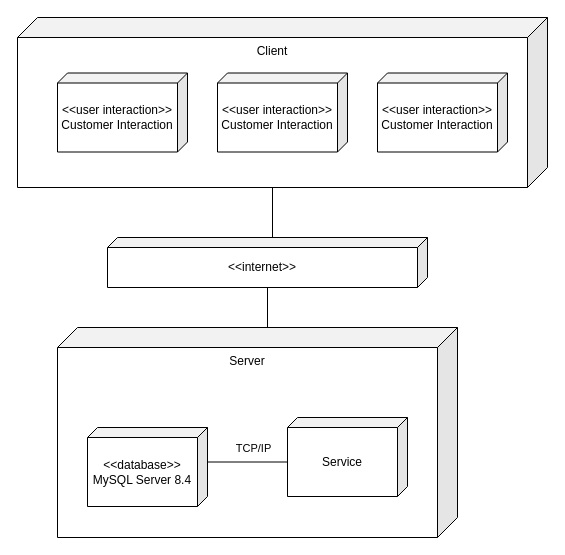
Before: page "Deployment Diagram" (7 of 7) of SWD392_Gr4_Diagrams.drawio in DuyDuc94/Draw-IO-Storage, a draw.io diagram. Source tidied: cells renumbered, new cells numbered last; positions are measured from the earlier drawing's top-left corner, leaving out a move shared by most shapes. Both pictures are drawn from the tidied source at 100%, with x=0, y=0 at pixel (17, 17).
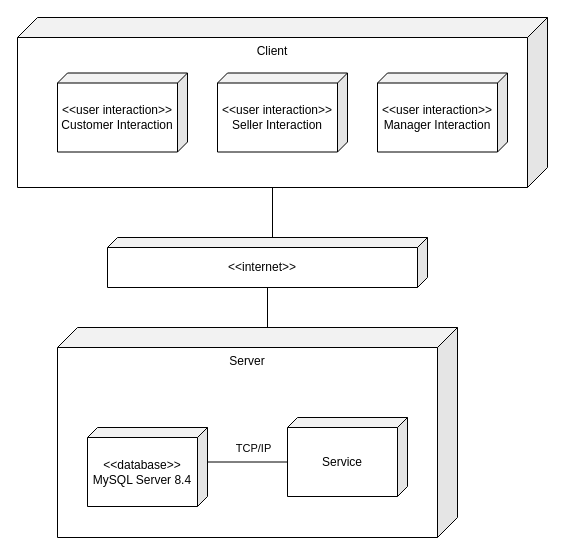
After the change.

Change to the diagram source:
```diff
@@
 <mxGraphModel>
   <root>
     <mxCell id="0" />
     <mxCell id="1" parent="0" />
     <mxCell id="2" value="Server" style="shape=cube;whiteSpace=wrap;html=1;boundedLbl=1;backgroundOutline=1;darkOpacity=0.05;darkOpacity2=0.1;direction=east;flipH=1;verticalAlign=top;" parent="1" vertex="1">
       <mxGeometry x="40" y="310" width="400" height="210" as="geometry" />
     </mxCell>
     <mxCell id="3" value="Service" style="shape=cube;whiteSpace=wrap;html=1;boundedLbl=1;backgroundOutline=1;darkOpacity=0.05;darkOpacity2=0.1;flipH=1;size=10;" parent="1" vertex="1">
       <mxGeometry x="270" y="400" width="120" height="79" as="geometry" />
     </mxCell>
     <mxCell id="4" value="&lt;div&gt;&amp;lt;&amp;lt;database&amp;gt;&amp;gt;&lt;/div&gt;MySQL Server 8.4" style="shape=cube;whiteSpace=wrap;html=1;boundedLbl=1;backgroundOutline=1;darkOpacity=0.05;darkOpacity2=0.1;flipH=1;size=10;" parent="1" vertex="1">
       <mxGeometry x="70" y="410" width="120" height="79" as="geometry" />
     </mxCell>
     <mxCell id="5" style="endArrow=none;html=1;rounded=0;entryX=0;entryY=0;entryDx=120;entryDy=44.5;entryPerimeter=0;exitX=0;exitY=0;exitDx=0;exitDy=34.5;exitPerimeter=0;" parent="1" edge="1" source="4" target="3">
       <mxGeometry relative="1" as="geometry" />
     </mxCell>
     <mxCell id="6" value="TCP/IP" style="edgeLabel;html=1;align=center;verticalAlign=middle;" parent="5" vertex="1">
       <mxGeometry x="-0.24" y="3" relative="1" as="geometry">
         <mxPoint x="15" y="-11" as="offset" />
       </mxGeometry>
     </mxCell>
     <mxCell id="7" value="&amp;lt;&amp;lt;internet&amp;gt;&amp;gt;" style="shape=cube;whiteSpace=wrap;html=1;boundedLbl=1;backgroundOutline=1;darkOpacity=0.05;darkOpacity2=0.1;flipH=1;size=10;" parent="1" vertex="1">
       <mxGeometry x="90" y="220" width="320" height="50" as="geometry" />
     </mxCell>
     <mxCell id="8" value="Client" style="shape=cube;whiteSpace=wrap;html=1;boundedLbl=1;backgroundOutline=1;darkOpacity=0.05;darkOpacity2=0.1;direction=east;flipH=1;verticalAlign=top;" parent="1" vertex="1">
       <mxGeometry width="530" height="170" as="geometry" />
     </mxCell>
     <mxCell id="9" value="&amp;lt;&amp;lt;user interaction&amp;gt;&amp;gt;&lt;div&gt;&lt;/div&gt;&lt;div&gt;Customer Interaction&lt;/div&gt;" style="shape=cube;whiteSpace=wrap;html=1;boundedLbl=1;backgroundOutline=1;darkOpacity=0.05;darkOpacity2=0.1;flipH=1;size=10;" parent="1" vertex="1">
       <mxGeometry x="40" y="55.5" width="130" height="79" as="geometry" />
     </mxCell>
-    <mxCell id="10" value="&amp;lt;&amp;lt;user interaction&amp;gt;&amp;gt;&lt;div&gt;&lt;/div&gt;&lt;div&gt;Customer Interaction&lt;/div&gt;" style="shape=cube;whiteSpace=wrap;html=1;boundedLbl=1;backgroundOutline=1;darkOpacity=0.05;darkOpacity2=0.1;flipH=1;size=10;" parent="1" vertex="1">
+    <mxCell id="10" value="&amp;lt;&amp;lt;user interaction&amp;gt;&amp;gt;&lt;div&gt;&lt;/div&gt;&lt;div&gt;Seller Interaction&lt;/div&gt;" style="shape=cube;whiteSpace=wrap;html=1;boundedLbl=1;backgroundOutline=1;darkOpacity=0.05;darkOpacity2=0.1;flipH=1;size=10;" parent="1" vertex="1">
       <mxGeometry x="200" y="55.5" width="130" height="79" as="geometry" />
     </mxCell>
-    <mxCell id="11" value="&amp;lt;&amp;lt;user interaction&amp;gt;&amp;gt;&lt;div&gt;&lt;/div&gt;&lt;div&gt;Customer Interaction&lt;/div&gt;" style="shape=cube;whiteSpace=wrap;html=1;boundedLbl=1;backgroundOutline=1;darkOpacity=0.05;darkOpacity2=0.1;flipH=1;size=10;" parent="1" vertex="1">
+    <mxCell id="11" value="&amp;lt;&amp;lt;user interaction&amp;gt;&amp;gt;&lt;div&gt;&lt;/div&gt;&lt;div&gt;Manager Interaction&lt;/div&gt;" style="shape=cube;whiteSpace=wrap;html=1;boundedLbl=1;backgroundOutline=1;darkOpacity=0.05;darkOpacity2=0.1;flipH=1;size=10;" parent="1" vertex="1">
       <mxGeometry x="360" y="55.5" width="130" height="79" as="geometry" />
     </mxCell>
     <mxCell id="12" style="endArrow=none;html=1;rounded=0;exitX=0;exitY=0;exitDx=155;exitDy=0;exitPerimeter=0;entryX=0;entryY=0;entryDx=275;entryDy=170;entryPerimeter=0;" parent="1" edge="1" source="7" target="8">
       <mxGeometry relative="1" as="geometry" />
     </mxCell>
     <mxCell id="13" style="endArrow=none;html=1;rounded=0;exitX=0;exitY=0;exitDx=190;exitDy=0;exitPerimeter=0;entryX=0;entryY=0;entryDx=160;entryDy=50;entryPerimeter=0;" parent="1" edge="1" source="2" target="7">
       <mxGeometry relative="1" as="geometry" />
     </mxCell>
   </root>
 </mxGraphModel>
```
